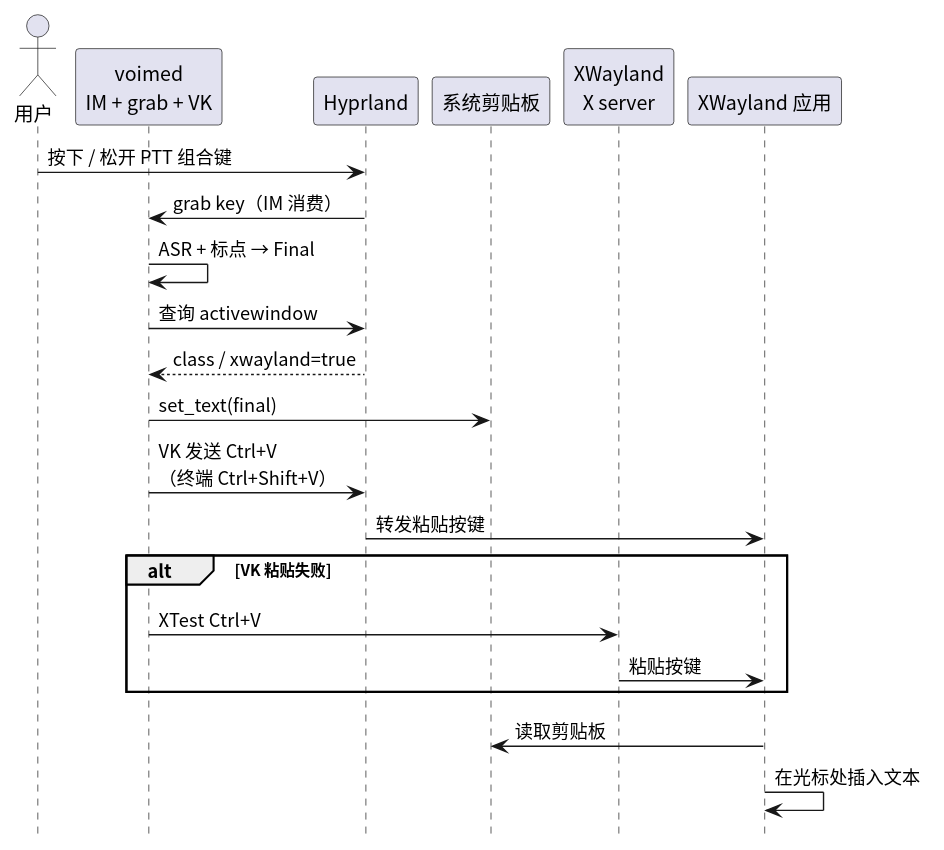
This is diagram/proposal-xwayland.svg from 54m43lJ/voime, a PlantUML export, as it was before one commit. Its diagram source:
```plantuml
@startuml
skinparam defaultFontName "Noto Sans CJK SC"
skinparam shadowing false
hide footbox

actor "用户" as User
participant "voimed\nIM + grab + VK" as Daemon
participant "Hyprland" as Compositor
participant "系统剪贴板" as Clip
participant "XWayland\nX server" as Xwayland
participant "XWayland 应用" as App

User -> Compositor : 按下 / 松开 PTT 组合键
Compositor -> Daemon : grab key（IM 消费）
Daemon -> Daemon : ASR + 标点 → Final
Daemon -> Compositor : 查询 activewindow
Compositor --> Daemon : class / xwayland=true
Daemon -> Clip : set_text(final)
Daemon -> Compositor : VK 发送 Ctrl+V\n（终端 Ctrl+Shift+V）
Compositor -> App : 转发粘贴按键
alt VK 粘贴失败
  Daemon -> Xwayland : XTest Ctrl+V
  Xwayland -> App : 粘贴按键
end
App -> Clip : 读取剪贴板
App -> App : 在光标处插入文本
@enduml
```
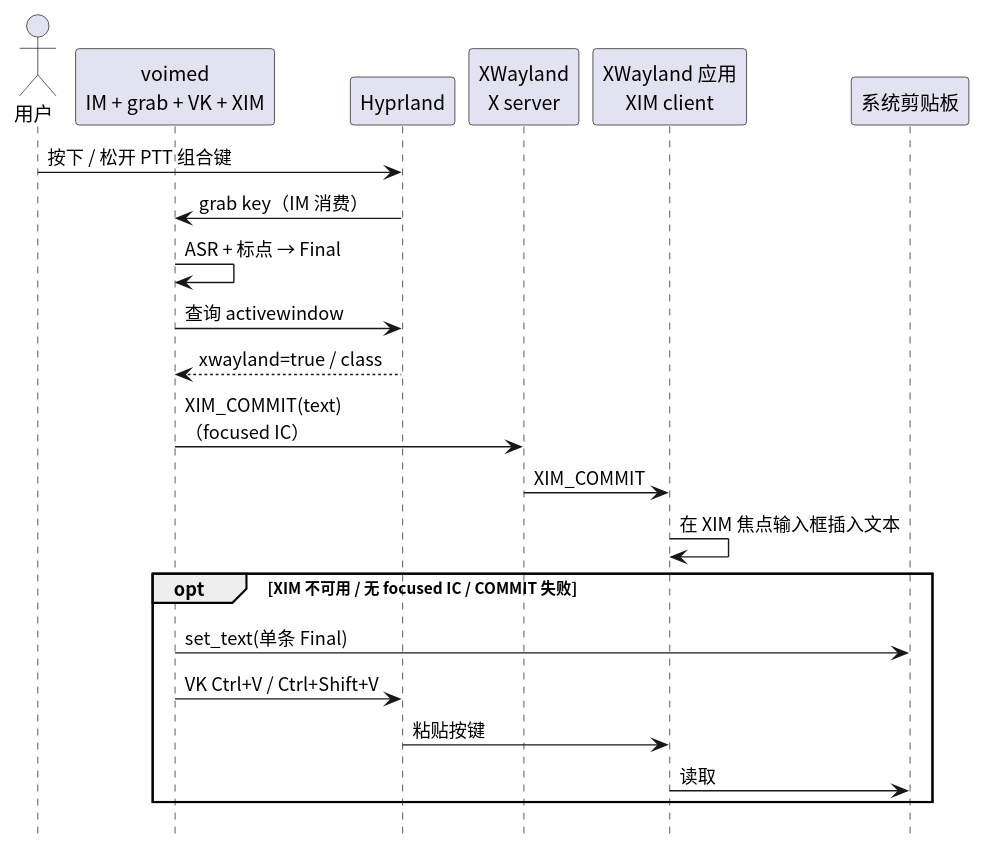
Above is the later version.

Change to the diagram source:
```diff
@@ -4,24 +4,26 @@
 hide footbox
 
 actor "用户" as User
-participant "voimed\nIM + grab + VK" as Daemon
+participant "voimed\nIM + grab + VK + XIM" as Daemon
 participant "Hyprland" as Compositor
+participant "XWayland\nX server" as Xwayland
+participant "XWayland 应用\nXIM client" as App
 participant "系统剪贴板" as Clip
-participant "XWayland\nX server" as Xwayland
-participant "XWayland 应用" as App
 
 User -> Compositor : 按下 / 松开 PTT 组合键
 Compositor -> Daemon : grab key（IM 消费）
 Daemon -> Daemon : ASR + 标点 → Final
 Daemon -> Compositor : 查询 activewindow
-Compositor --> Daemon : class / xwayland=true
-Daemon -> Clip : set_text(final)
-Daemon -> Compositor : VK 发送 Ctrl+V\n（终端 Ctrl+Shift+V）
-Compositor -> App : 转发粘贴按键
-alt VK 粘贴失败
-  Daemon -> Xwayland : XTest Ctrl+V
-  Xwayland -> App : 粘贴按键
+Compositor --> Daemon : xwayland=true / class
+
+Daemon -> Xwayland : XIM_COMMIT(text)\n（focused IC）
+Xwayland -> App : XIM_COMMIT
+App -> App : 在 XIM 焦点输入框插入文本
+
+opt XIM 不可用 / 无 focused IC / COMMIT 失败
+  Daemon -> Clip : set_text(单条 Final)
+  Daemon -> Compositor : VK Ctrl+V / Ctrl+Shift+V
+  Compositor -> App : 粘贴按键
+  App -> Clip : 读取
 end
-App -> Clip : 读取剪贴板
-App -> App : 在光标处插入文本
 @enduml
```
